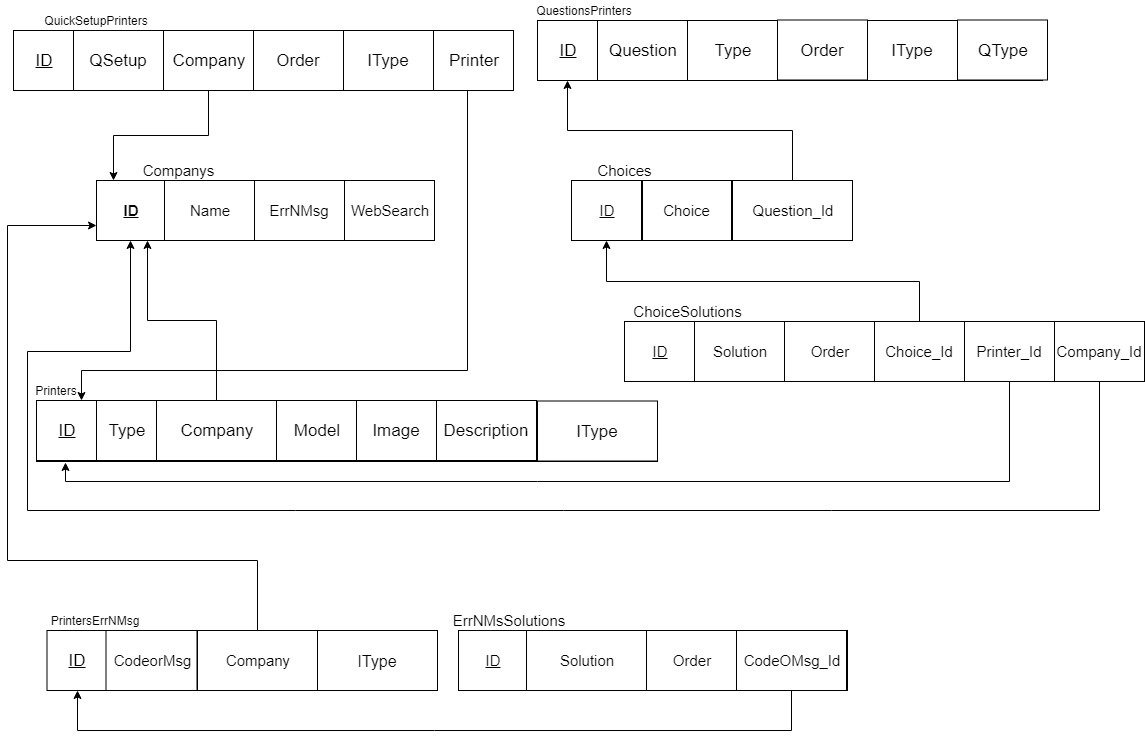
This is SchemaDiagram.png from SarahAminn/FixBoxExpertSystem, a draw.io export, as it was before one commit. Source tidied: cells renumbered, new cells last; positions are measured from the earlier drawing's top-left corner, leaving out a move shared by most shapes.
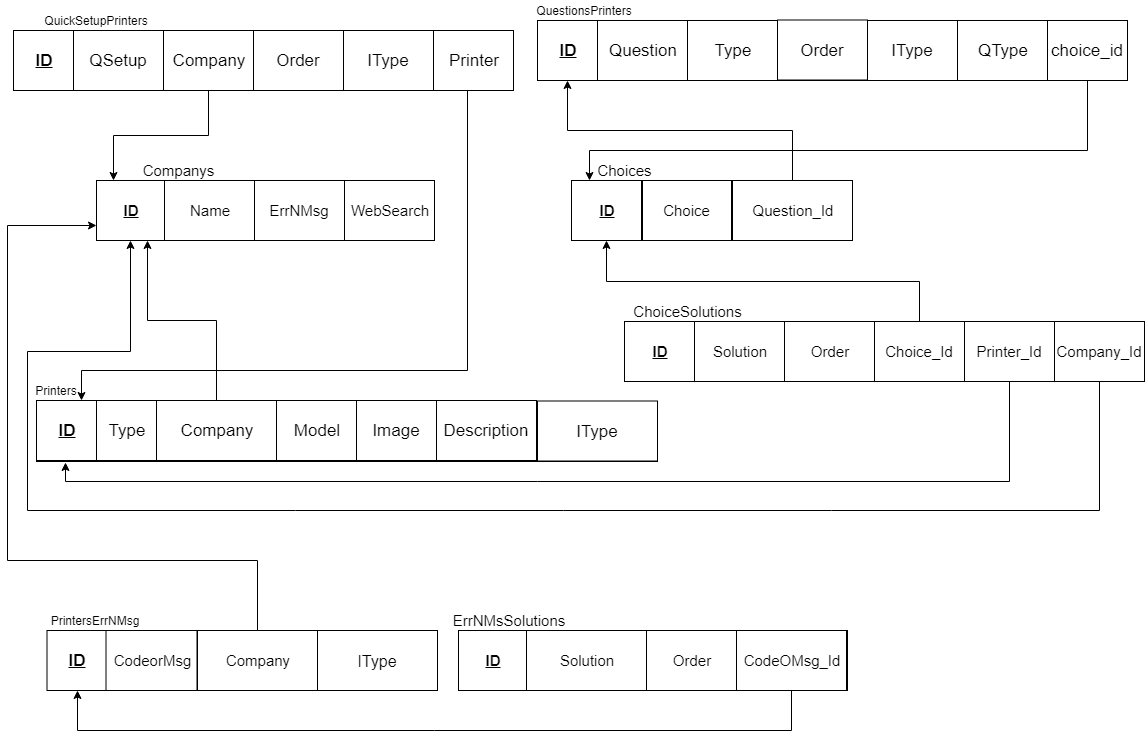
The same diagram one commit later.

The edit, as a diff of the source:
```diff
@@ -8,7 +8,7 @@
     <mxCell id="3" value="QuickSetupPrinters" style="text;html=1;strokeColor=none;fillColor=none;align=center;verticalAlign=middle;whiteSpace=wrap;rounded=0;" parent="1" vertex="1">
       <mxGeometry x="69" y="10" width="40" height="20" as="geometry" />
     </mxCell>
-    <mxCell id="4" value="&lt;u&gt;&lt;font style=&quot;font-size: 17px&quot;&gt;ID&lt;/font&gt;&lt;/u&gt;" style="rounded=0;whiteSpace=wrap;html=1;" parent="1" vertex="1">
+    <mxCell id="4" value="&lt;u&gt;&lt;font style=&quot;font-size: 17px&quot;&gt;ID&lt;/font&gt;&lt;/u&gt;" style="rounded=0;whiteSpace=wrap;html=1;fontStyle=1;" parent="1" vertex="1">
       <mxGeometry x="6" y="30" width="60" height="60" as="geometry" />
     </mxCell>
     <mxCell id="5" value="&lt;span&gt;&lt;font style=&quot;font-size: 17px&quot;&gt;QSetup&lt;/font&gt;&lt;/span&gt;" style="rounded=0;whiteSpace=wrap;html=1;fontStyle=0;" parent="1" vertex="1">
@@ -32,7 +32,7 @@
     <mxCell id="11" value="Printers" style="text;html=1;strokeColor=none;fillColor=none;align=center;verticalAlign=middle;whiteSpace=wrap;rounded=0;" parent="1" vertex="1">
       <mxGeometry x="29" y="380" width="40" height="20" as="geometry" />
     </mxCell>
-    <mxCell id="12" value="&lt;u&gt;&lt;font style=&quot;font-size: 17px&quot;&gt;ID&lt;/font&gt;&lt;/u&gt;" style="rounded=0;whiteSpace=wrap;html=1;" parent="1" vertex="1">
+    <mxCell id="12" value="&lt;u&gt;&lt;font style=&quot;font-size: 17px&quot;&gt;ID&lt;/font&gt;&lt;/u&gt;" style="rounded=0;whiteSpace=wrap;html=1;fontStyle=1;" parent="1" vertex="1">
       <mxGeometry x="29" y="400" width="60" height="60" as="geometry" />
     </mxCell>
     <mxCell id="13" value="&lt;span&gt;&lt;font style=&quot;font-size: 17px&quot;&gt;Type&lt;/font&gt;&lt;/span&gt;" style="rounded=0;whiteSpace=wrap;html=1;fontStyle=0;" parent="1" vertex="1">
@@ -57,12 +57,12 @@
       <mxGeometry x="530" y="400.5" width="120" height="60" as="geometry" />
     </mxCell>
     <mxCell id="20" style="rounded=0;whiteSpace=wrap;html=1;" parent="1" vertex="1">
-      <mxGeometry x="531" y="20" width="504" height="60" as="geometry" />
+      <mxGeometry x="531" y="20" width="589" height="60" as="geometry" />
     </mxCell>
     <mxCell id="21" value="QuestionsPrinters" style="text;html=1;strokeColor=none;fillColor=none;align=center;verticalAlign=middle;whiteSpace=wrap;rounded=0;" parent="1" vertex="1">
       <mxGeometry x="557" width="40" height="20" as="geometry" />
     </mxCell>
-    <mxCell id="22" value="&lt;u&gt;&lt;font style=&quot;font-size: 17px&quot;&gt;ID&lt;/font&gt;&lt;/u&gt;" style="rounded=0;whiteSpace=wrap;html=1;" parent="1" vertex="1">
+    <mxCell id="22" value="&lt;u&gt;&lt;font style=&quot;font-size: 17px&quot;&gt;ID&lt;/font&gt;&lt;/u&gt;" style="rounded=0;whiteSpace=wrap;html=1;fontStyle=1;" parent="1" vertex="1">
       <mxGeometry x="530" y="20" width="60" height="60" as="geometry" />
     </mxCell>
     <mxCell id="23" value="&lt;span&gt;&lt;font style=&quot;font-size: 17px&quot;&gt;Question&lt;/font&gt;&lt;/span&gt;" style="rounded=0;whiteSpace=wrap;html=1;fontStyle=0;" parent="1" vertex="1">
@@ -86,7 +86,7 @@
     <mxCell id="29" value="PrintersErrNMsg" style="text;html=1;strokeColor=none;fillColor=none;align=center;verticalAlign=middle;whiteSpace=wrap;rounded=0;" parent="1" vertex="1">
       <mxGeometry x="66.5" y="610" width="40" height="20" as="geometry" />
     </mxCell>
-    <mxCell id="30" value="&lt;u&gt;&lt;font style=&quot;font-size: 17px&quot;&gt;ID&lt;/font&gt;&lt;/u&gt;" style="rounded=0;whiteSpace=wrap;html=1;" parent="1" vertex="1">
+    <mxCell id="30" value="&lt;u&gt;&lt;font style=&quot;font-size: 17px&quot;&gt;ID&lt;/font&gt;&lt;/u&gt;" style="rounded=0;whiteSpace=wrap;html=1;fontStyle=1;" parent="1" vertex="1">
       <mxGeometry x="39.5" y="630" width="60" height="60" as="geometry" />
     </mxCell>
     <mxCell id="31" value="CodeorMsg" style="rounded=0;whiteSpace=wrap;html=1;fontSize=15;" parent="1" vertex="1">
@@ -111,7 +111,7 @@
       <mxGeometry x="310" y="630" width="120" height="60" as="geometry" />
     </mxCell>
     <mxCell id="36" value="&lt;span&gt;&lt;font style=&quot;font-size: 17px&quot;&gt;QType&lt;/font&gt;&lt;/span&gt;" style="rounded=0;whiteSpace=wrap;html=1;fontStyle=0;" parent="1" vertex="1">
-      <mxGeometry x="950" y="19.5" width="90" height="60" as="geometry" />
+      <mxGeometry x="950" y="20" width="90" height="60" as="geometry" />
     </mxCell>
     <mxCell id="37" style="rounded=0;whiteSpace=wrap;html=1;fontSize=15;" parent="1" vertex="1">
       <mxGeometry x="89" y="180" width="331" height="60" as="geometry" />
@@ -125,7 +125,7 @@
     <mxCell id="40" value="Name" style="rounded=0;whiteSpace=wrap;html=1;fontSize=15;" parent="1" vertex="1">
       <mxGeometry x="157" y="180" width="90" height="60" as="geometry" />
     </mxCell>
-    <mxCell id="41" value="&lt;u&gt;ID&lt;/u&gt;" style="rounded=0;whiteSpace=wrap;html=1;fontSize=15;" parent="1" vertex="1">
+    <mxCell id="41" value="&lt;u&gt;ID&lt;/u&gt;" style="rounded=0;whiteSpace=wrap;html=1;fontSize=15;fontStyle=1;" parent="1" vertex="1">
       <mxGeometry x="617" y="321" width="70" height="60" as="geometry" />
     </mxCell>
     <mxCell id="42" value="Solution" style="rounded=0;whiteSpace=wrap;html=1;fontSize=15;" parent="1" vertex="1">
@@ -143,7 +143,7 @@
     <mxCell id="46" value="ChoiceSolutions" style="text;html=1;strokeColor=none;fillColor=none;align=center;verticalAlign=middle;whiteSpace=wrap;rounded=0;fontSize=15;" parent="1" vertex="1">
       <mxGeometry x="660" y="301" width="40" height="20" as="geometry" />
     </mxCell>
-    <mxCell id="47" value="&lt;u&gt;ID&lt;/u&gt;" style="rounded=0;whiteSpace=wrap;html=1;fontSize=15;" parent="1" vertex="1">
+    <mxCell id="47" value="&lt;u&gt;ID&lt;/u&gt;" style="rounded=0;whiteSpace=wrap;html=1;fontSize=15;fontStyle=1;" parent="1" vertex="1">
       <mxGeometry x="451" y="630" width="68" height="60" as="geometry" />
     </mxCell>
     <mxCell id="48" value="Solution" style="rounded=0;whiteSpace=wrap;html=1;fontSize=15;" parent="1" vertex="1">
@@ -172,7 +172,7 @@
     <mxCell id="54" value="Choices" style="text;html=1;strokeColor=none;fillColor=none;align=center;verticalAlign=middle;whiteSpace=wrap;rounded=0;fontSize=15;" parent="1" vertex="1">
       <mxGeometry x="597" y="160" width="40" height="20" as="geometry" />
     </mxCell>
-    <mxCell id="55" value="&lt;u&gt;ID&lt;/u&gt;" style="rounded=0;whiteSpace=wrap;html=1;fontSize=15;" parent="1" vertex="1">
+    <mxCell id="55" value="&lt;u&gt;ID&lt;/u&gt;" style="rounded=0;whiteSpace=wrap;html=1;fontSize=15;fontStyle=1;" parent="1" vertex="1">
       <mxGeometry x="564" y="180" width="70" height="60" as="geometry" />
     </mxCell>
     <mxCell id="56" style="edgeStyle=orthogonalEdgeStyle;rounded=0;jettySize=auto;html=1;exitX=0.5;exitY=0;exitDx=0;exitDy=0;entryX=0.5;entryY=1;entryDx=0;entryDy=0;" parent="1" edge="1" source="57" target="22">
@@ -220,5 +220,16 @@
     <mxCell id="66" value="&lt;span style=&quot;font-size: 17px&quot;&gt;Printer&lt;/span&gt;" style="rounded=0;whiteSpace=wrap;html=1;fontStyle=0;" parent="1" vertex="1">
       <mxGeometry x="426" y="30" width="80" height="60" as="geometry" />
     </mxCell>
+    <mxCell id="67" style="edgeStyle=orthogonalEdgeStyle;rounded=0;jettySize=auto;html=1;entryX=0.25;entryY=0;entryDx=0;entryDy=0;" parent="1" edge="1" source="68" target="55">
+      <mxGeometry relative="1" as="geometry">
+        <Array as="points">
+          <mxPoint x="1080" y="150" />
+          <mxPoint x="582" y="150" />
+        </Array>
+      </mxGeometry>
+    </mxCell>
+    <mxCell id="68" value="&lt;span&gt;&lt;font style=&quot;font-size: 17px&quot;&gt;choice_id&lt;/font&gt;&lt;/span&gt;" style="rounded=0;whiteSpace=wrap;html=1;fontStyle=0;" parent="1" vertex="1">
+      <mxGeometry x="1040" y="20" width="80" height="60" as="geometry" />
+    </mxCell>
   </root>
 </mxGraphModel>
```
